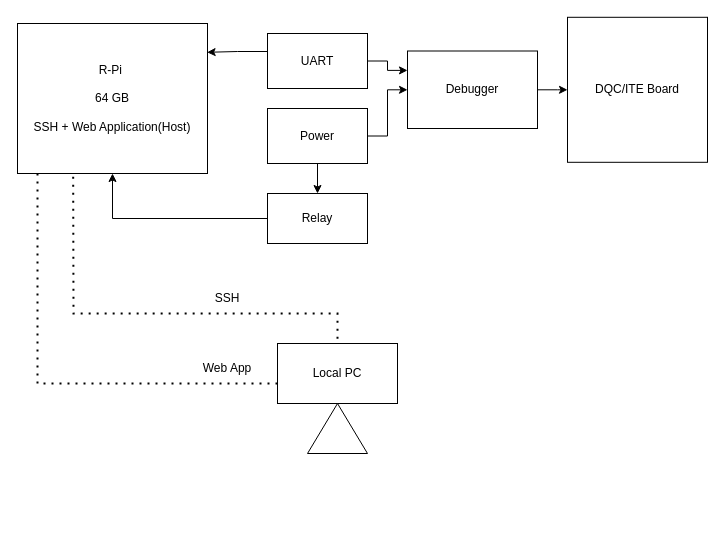
This is remote_setup.drawio from nishitp007/temp, a draw.io file, before an edit. Source tidied: cells renumbered, new cells numbered last; positions are measured from the earlier drawing's top-left corner, leaving out a move shared by most shapes. Both pictures are drawn from the tidied source at 100%, with x=0, y=0 at pixel (17, 17).
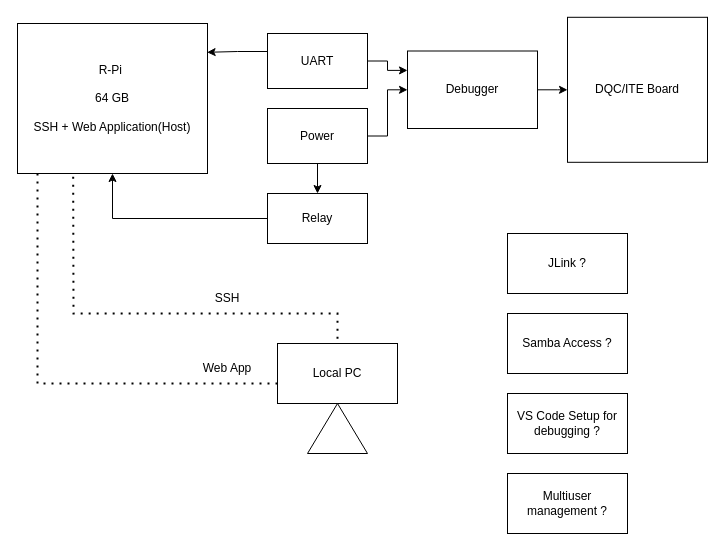
The same diagram, later.

Diff of the diagram source:
```diff
@@
+    <mxCell id="20" value="JLink ?" style="rounded=0;whiteSpace=wrap;html=1;" parent="1" vertex="1">
+      <mxGeometry x="490" y="216" width="120" height="60" as="geometry" />
+    </mxCell>
+    <mxCell id="21" value="Samba Access ?" style="rounded=0;whiteSpace=wrap;html=1;" parent="1" vertex="1">
+      <mxGeometry x="490" y="296" width="120" height="60" as="geometry" />
+    </mxCell>
+    <mxCell id="22" value="VS Code Setup for debugging ?" style="rounded=0;whiteSpace=wrap;html=1;" parent="1" vertex="1">
+      <mxGeometry x="490" y="376" width="120" height="60" as="geometry" />
+    </mxCell>
+    <mxCell id="23" value="Multiuser management ?" style="rounded=0;whiteSpace=wrap;html=1;" parent="1" vertex="1">
+      <mxGeometry x="490" y="456" width="120" height="60" as="geometry" />
+    </mxCell>
```
